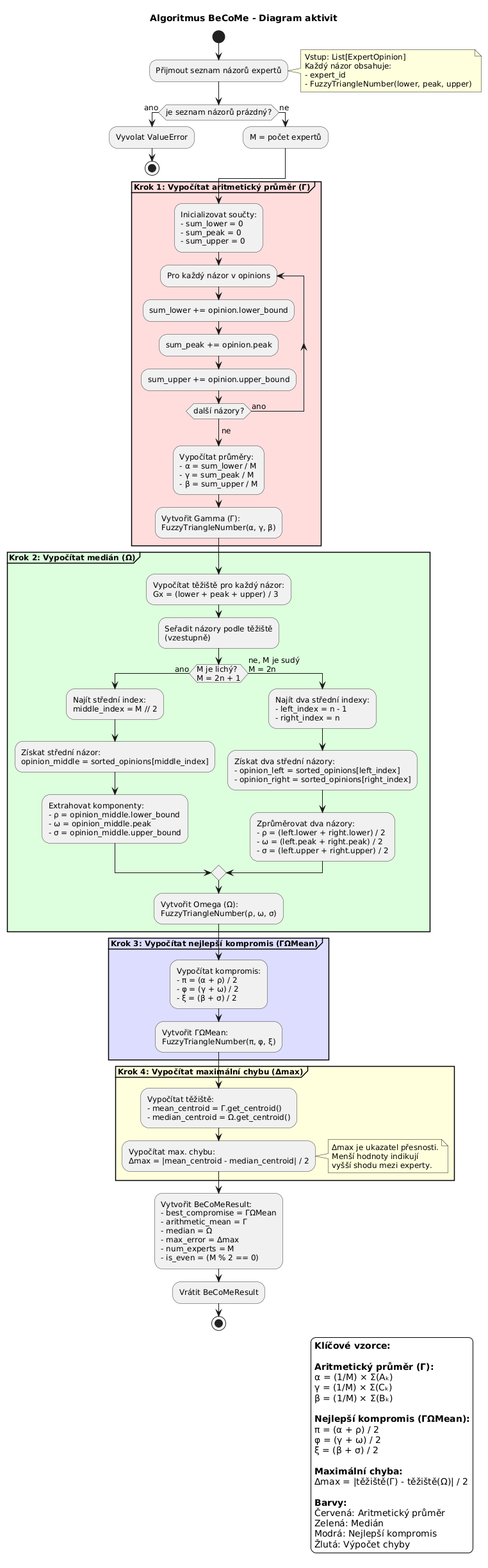
The PlantUML diagram docs/uml-diagrams/cs/diagrams/png/activity-diagram.png in caitlon/BeCoMe, before a commit.
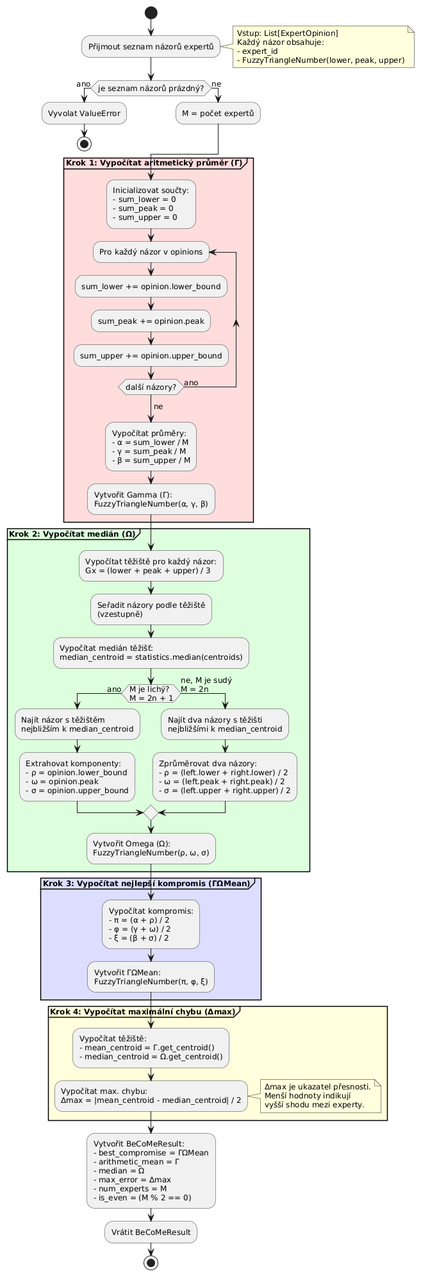
After the commit.

Commit message:
refactor: simplify activity diagram for better readability

What changed in the source:
```diff
@@ -4,8 +4,6 @@
 skinparam defaultFontSize 12
 skinparam activityBorderColor #333333
 skinparam activityBackgroundColor #F0F0F0
-
-title Algoritmus BeCoMe - Diagram aktivit
 
 start
 
@@ -44,17 +42,15 @@
 
     :Seřadit názory podle těžiště\n(vzestupně);
 
+    :Vypočítat medián těžišť:\nmedian_centroid = statistics.median(centroids);
+
     if (M je lichý?\nM = 2n + 1) then (ano)
-        :Najít střední index:\nmiddle_index = M // 2;
+        :Najít názor s těžištěm\nnejbližším k median_centroid;
 
-        :Získat střední názor:\nopinion_middle = sorted_opinions[middle_index];
-
-        :Extrahovat komponenty:\n- ρ = opinion_middle.lower_bound\n- ω = opinion_middle.peak\n- σ = opinion_middle.upper_bound;
+        :Extrahovat komponenty:\n- ρ = opinion.lower_bound\n- ω = opinion.peak\n- σ = opinion.upper_bound;
 
     else (ne, M je sudý\nM = 2n)
-        :Najít dva střední indexy:\n- left_index = n - 1\n- right_index = n;
-
-        :Získat dva střední názory:\n- opinion_left = sorted_opinions[left_index]\n- opinion_right = sorted_opinions[right_index];
+        :Najít dva názory s těžišti\nnejbližšími k median_centroid;
 
         :Zprůměrovat dva názory:\n- ρ = (left.lower + right.lower) / 2\n- ω = (left.peak + right.peak) / 2\n- σ = (left.upper + right.upper) / 2;
     endif
@@ -85,27 +81,4 @@
 :Vrátit BeCoMeResult;
 
 stop
-
-legend bottom right
-    **Klíčové vzorce:**
-
-    **Aritmetický průměr (Γ):**
-    α = (1/M) × Σ(Aₖ)
-    γ = (1/M) × Σ(Cₖ)
-    β = (1/M) × Σ(Bₖ)
-
-    **Nejlepší kompromis (ΓΩMean):**
-    π = (α + ρ) / 2
-    φ = (γ + ω) / 2
-    ξ = (β + σ) / 2
-
-    **Maximální chyba:**
-    Δmax = |těžiště(Γ) - těžiště(Ω)| / 2
-
-    **Barvy:**
-    Červená: Aritmetický průměr
-    Zelená: Medián
-    Modrá: Nejlepší kompromis
-    Žlutá: Výpočet chyby
-endlegend
 @enduml
```
